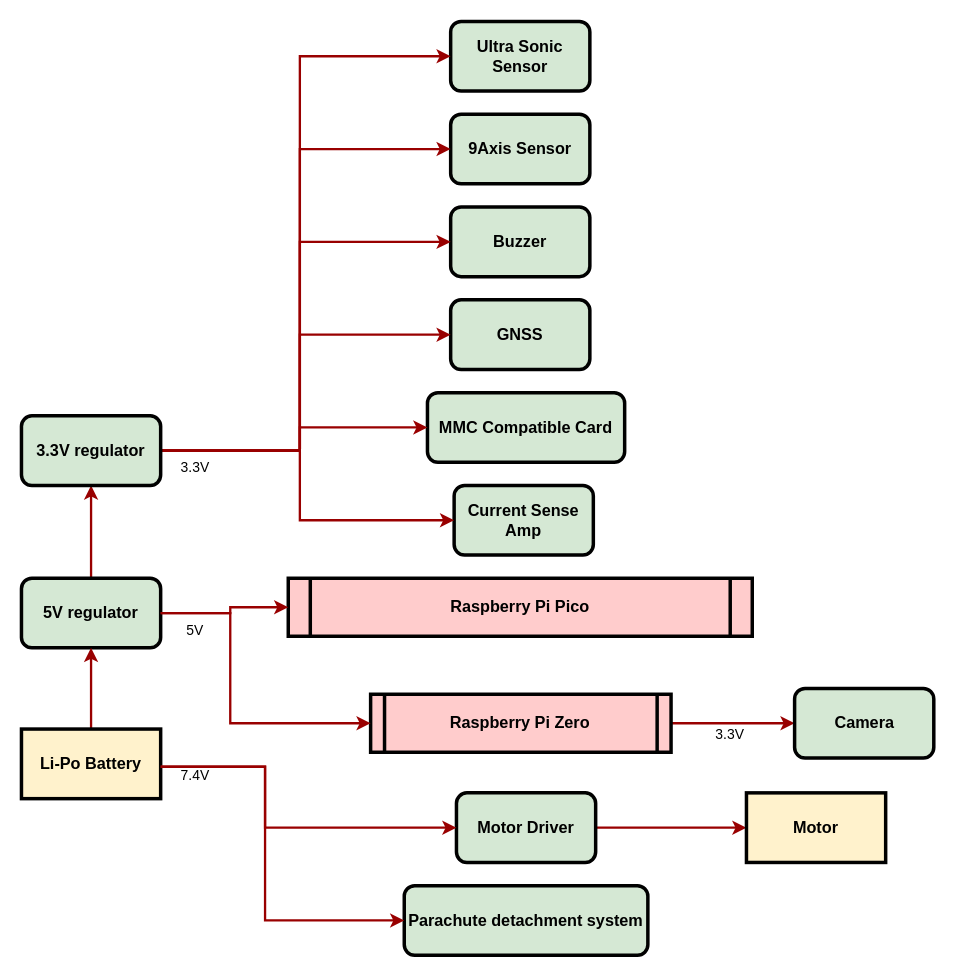
Before: system-char-source.drawio.xml in kodama-gentaro/cansat_team_a, a draw.io diagram. Source tidied: cells renumbered, new cells numbered last; positions are measured from the earlier drawing's top-left corner, leaving out a move shared by most shapes. Both pictures are drawn from the tidied source at 116%, with x=0, y=0 at pixel (21, 21).
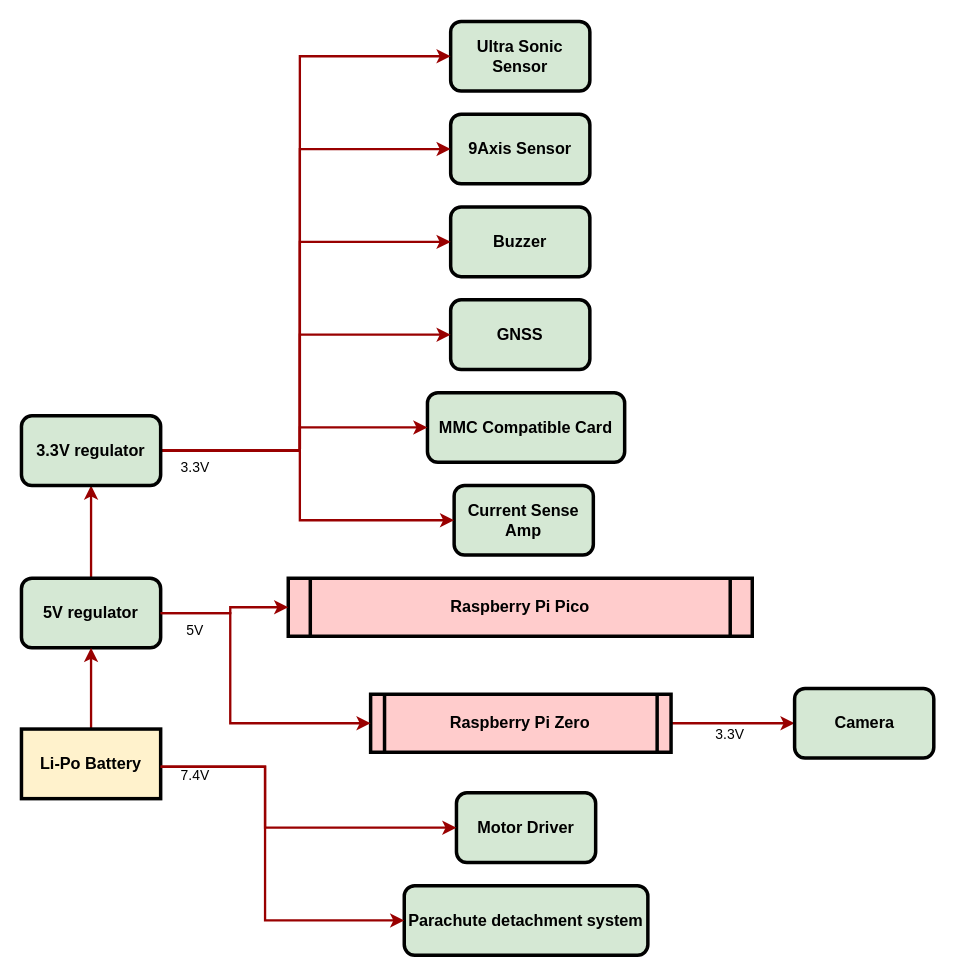
The same page after the edit.

Commit message:
system-char-source.drawio.xml を更新します

Unchanged cells that the change refers to:
```xml
<mxCell id="4" value="&lt;font style=&quot;font-size: 14px;&quot;&gt;&lt;b&gt;&lt;font style=&quot;font-size: 14px;&quot;&gt;Motor&lt;/font&gt;&lt;/b&gt; &lt;b&gt;Driver&lt;/b&gt;&lt;/font&gt;" style="rounded=1;whiteSpace=wrap;html=1;strokeWidth=3;fillColor=#d5e8d4;strokeColor=#000000;" parent="1" vertex="1">
  <mxGeometry x="375" y="665" width="120" height="60" as="geometry" />
</mxCell>
```

What changed in the source:
```diff
@@
-    <mxCell id="3" style="edgeStyle=orthogonalEdgeStyle;rounded=0;jettySize=auto;html=1;exitX=1;exitY=0.5;exitDx=0;exitDy=0;entryX=0;entryY=0.5;entryDx=0;entryDy=0;strokeWidth=2;strokeColor=#990000;" parent="1" edge="1" source="4" target="5">
-      <mxGeometry relative="1" as="geometry" />
-    </mxCell>
@@
-    <mxCell id="5" value="&lt;div style=&quot;font-size: 14px;&quot;&gt;&lt;font style=&quot;font-size: 14px;&quot;&gt;&lt;b&gt;&lt;font style=&quot;font-size: 14px;&quot;&gt;Motor&lt;/font&gt;&lt;/b&gt;&lt;br&gt;&lt;/font&gt;&lt;/div&gt;" style="rounded=0;whiteSpace=wrap;html=1;strokeWidth=3;fillColor=#fff2cc;strokeColor=#000000;" parent="1" vertex="1">
-      <mxGeometry x="625" y="665" width="120" height="60" as="geometry" />
-    </mxCell>
```
